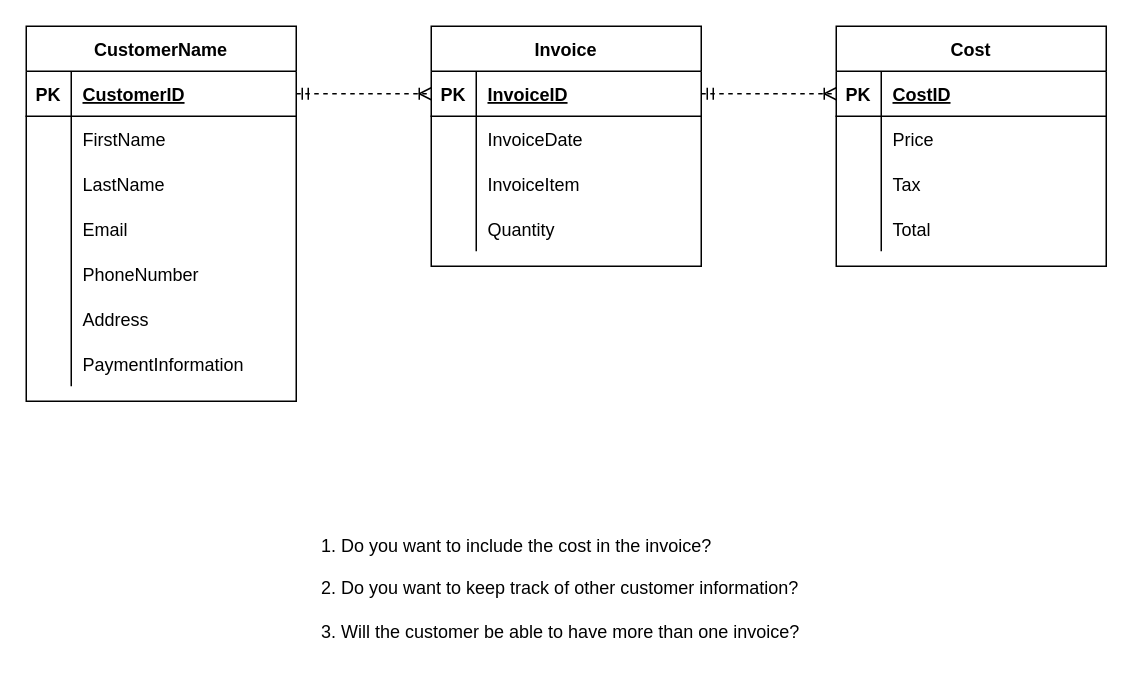
Before: Untitled Diagram.drawio in JerryJi002/Diagrams, a draw.io diagram. Source tidied: cells renumbered, new cells numbered last; positions are measured from the earlier drawing's top-left corner, leaving out a move shared by most shapes. Both pictures are drawn from the tidied source at 150%, with x=0, y=0 at pixel (26, 26).
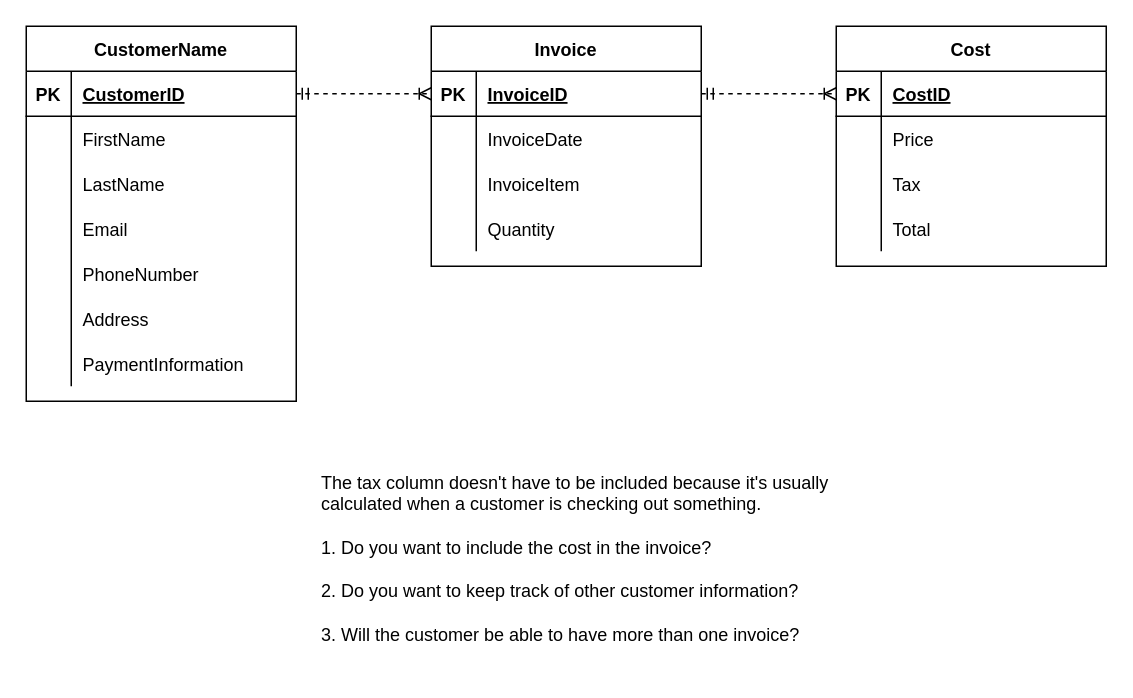
After the change.

What changed in the source:
```diff
@@
-    <mxCell id="52" value="1. Do you want to include the cost in the invoice?&lt;br&gt;&lt;br&gt;2. Do you want to keep track of other customer information?&lt;br&gt;&lt;br&gt;3. Will the customer be able to have more than one invoice?" style="text;html=1;strokeColor=none;fillColor=none;align=left;verticalAlign=middle;whiteSpace=wrap;rounded=0;" parent="1" vertex="1">
-      <mxGeometry x="195" y="320" width="330" height="110" as="geometry" />
+    <mxCell id="52" value="The tax column doesn't have to be included because it's usually calculated when a customer is checking out something.&lt;br&gt;&lt;br&gt;1. Do you want to include the cost in the invoice?&lt;br&gt;&lt;br&gt;2. Do you want to keep track of other customer information?&lt;br&gt;&lt;br&gt;3. Will the customer be able to have more than one invoice?" style="text;html=1;strokeColor=none;fillColor=none;align=left;verticalAlign=middle;whiteSpace=wrap;rounded=0;" parent="1" vertex="1">
+      <mxGeometry x="195" y="300" width="345" height="110" as="geometry" />
     </mxCell>
```
